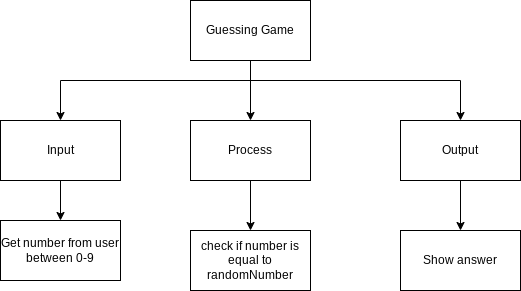
Before: design/top-down.png, a diagram exported from draw.io (Johanna-liu16/ICS3U-Unit-3-04-python). Source tidied: cells renumbered, new cells last; positions are measured from the earlier drawing's top-left corner, leaving out a move shared by most shapes.
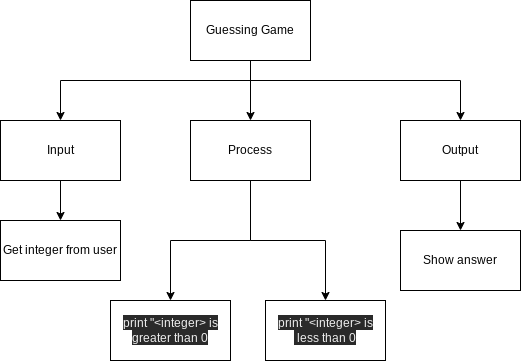
The same diagram one commit later.

What changed in the source:
```diff
@@ -27,10 +27,10 @@
     <mxCell id="6" value="Show answer" style="rounded=0;whiteSpace=wrap;html=1;" parent="1" vertex="1">
       <mxGeometry x="400" y="230" width="120" height="60" as="geometry" />
     </mxCell>
-    <mxCell id="7" value="check if number is equal to randomNumber" style="rounded=0;whiteSpace=wrap;html=1;" parent="1" vertex="1">
-      <mxGeometry x="190" y="230" width="120" height="60" as="geometry" />
+    <mxCell id="7" value="&lt;span style=&quot;color: rgb(240 , 240 , 240) ; font-family: &amp;#34;helvetica&amp;#34; ; font-size: 12px ; font-style: normal ; font-weight: 400 ; letter-spacing: normal ; text-align: center ; text-indent: 0px ; text-transform: none ; word-spacing: 0px ; background-color: rgb(42 , 42 , 42) ; display: inline ; float: none&quot;&gt;print &quot;&amp;lt;integer&amp;gt; is greater than 0&lt;/span&gt;" style="rounded=0;whiteSpace=wrap;html=1;" parent="1" vertex="1">
+      <mxGeometry x="110" y="300" width="120" height="60" as="geometry" />
     </mxCell>
-    <mxCell id="8" value="Get number from user between 0-9" style="rounded=0;whiteSpace=wrap;html=1;" parent="1" vertex="1">
+    <mxCell id="8" value="Get integer from user" style="rounded=0;whiteSpace=wrap;html=1;" parent="1" vertex="1">
       <mxGeometry y="220" width="120" height="60" as="geometry" />
     </mxCell>
     <mxCell id="9" style="edgeStyle=orthogonalEdgeStyle;rounded=0;html=1;entryX=0.5;entryY=0;entryDx=0;entryDy=0;" parent="1" edge="1" target="6">
@@ -44,6 +44,14 @@
     <mxCell id="11" style="edgeStyle=orthogonalEdgeStyle;rounded=0;html=1;" parent="1" edge="1" source="12" target="7">
       <mxGeometry relative="1" as="geometry" />
     </mxCell>
+    <mxCell id="15" style="edgeStyle=none;html=1;entryX=0.5;entryY=0;entryDx=0;entryDy=0;rounded=0;" parent="1" edge="1" source="12" target="16">
+      <mxGeometry relative="1" as="geometry">
+        <Array as="points">
+          <mxPoint x="250" y="240" />
+          <mxPoint x="325" y="240" />
+        </Array>
+      </mxGeometry>
+    </mxCell>
     <mxCell id="12" value="Process" style="rounded=0;whiteSpace=wrap;html=1;" parent="1" vertex="1">
       <mxGeometry x="190" y="120" width="120" height="60" as="geometry" />
     </mxCell>
@@ -53,5 +61,8 @@
     <mxCell id="14" value="Input" style="rounded=0;whiteSpace=wrap;html=1;" parent="1" vertex="1">
       <mxGeometry y="120" width="120" height="60" as="geometry" />
     </mxCell>
+    <mxCell id="16" value="&lt;span style=&quot;color: rgb(240 , 240 , 240) ; font-family: &amp;#34;helvetica&amp;#34; ; font-size: 12px ; font-style: normal ; font-weight: 400 ; letter-spacing: normal ; text-align: center ; text-indent: 0px ; text-transform: none ; word-spacing: 0px ; background-color: rgb(42 , 42 , 42) ; display: inline ; float: none&quot;&gt;print &quot;&amp;lt;integer&amp;gt; is&lt;/span&gt;&lt;br style=&quot;color: rgb(240 , 240 , 240) ; font-family: &amp;#34;helvetica&amp;#34; ; font-size: 12px ; font-style: normal ; font-weight: 400 ; letter-spacing: normal ; text-align: center ; text-indent: 0px ; text-transform: none ; word-spacing: 0px ; background-color: rgb(42 , 42 , 42)&quot;&gt;&lt;span style=&quot;color: rgb(240 , 240 , 240) ; font-family: &amp;#34;helvetica&amp;#34; ; font-size: 12px ; font-style: normal ; font-weight: 400 ; letter-spacing: normal ; text-align: center ; text-indent: 0px ; text-transform: none ; word-spacing: 0px ; background-color: rgb(42 , 42 , 42) ; display: inline ; float: none&quot;&gt;&amp;nbsp;less than 0&lt;/span&gt;" style="rounded=0;whiteSpace=wrap;html=1;" parent="1" vertex="1">
+      <mxGeometry x="265" y="300" width="120" height="60" as="geometry" />
+    </mxCell>
   </root>
 </mxGraphModel>
```
